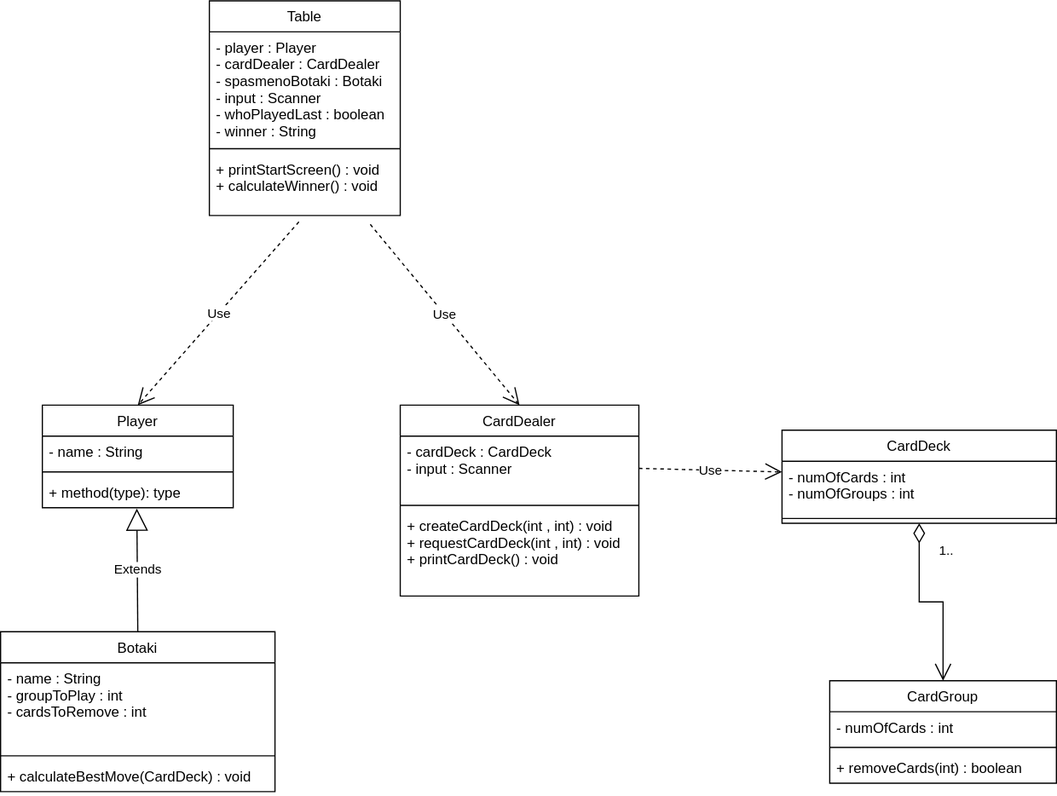
Above: ask2/ask2.drawio.svg in philipAthanasopoulos/Card-io (draw.io), before the change. Source tidied: cells renumbered, new cells last; positions are measured from the earlier drawing's top-left corner, leaving out a move shared by most shapes.
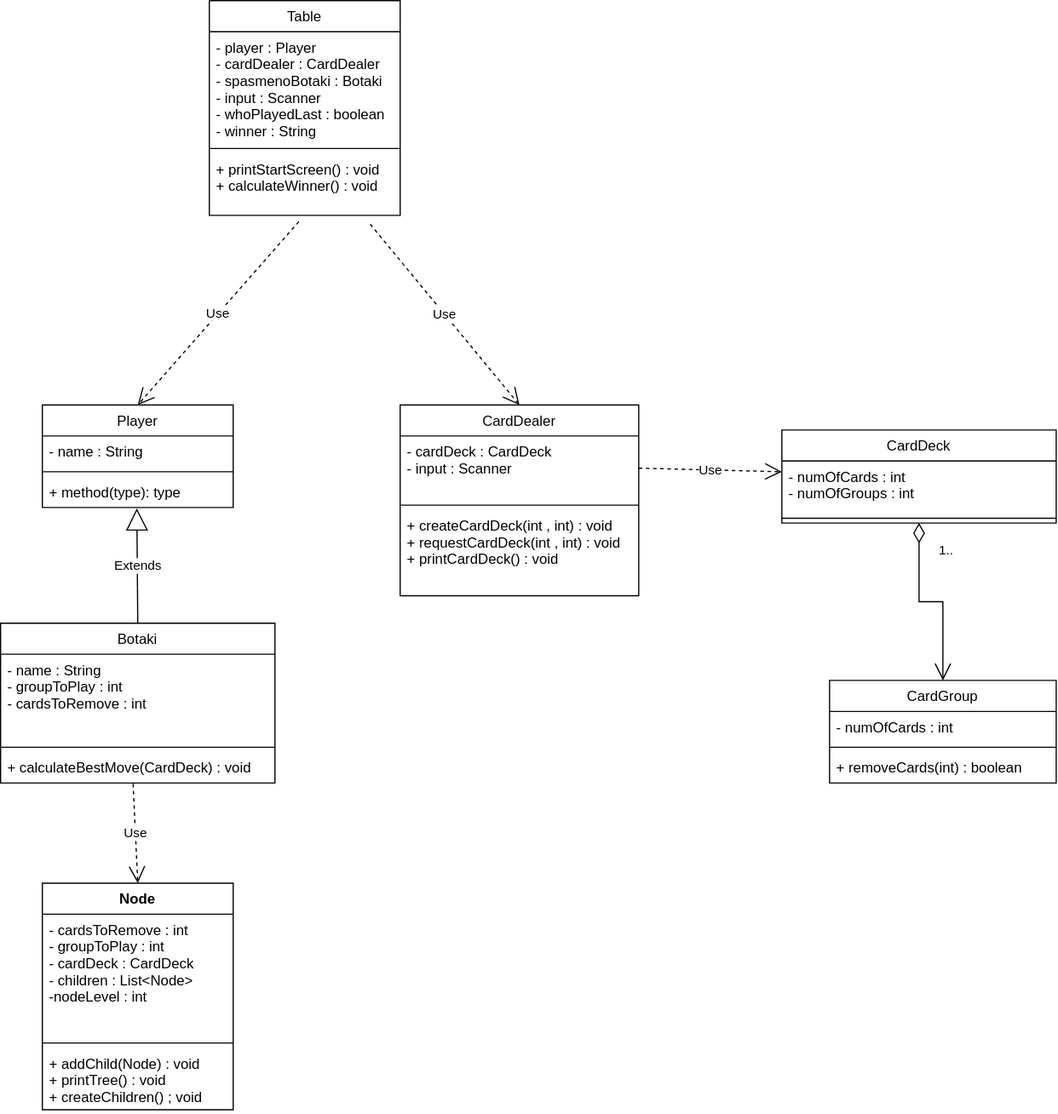
The same file after the commit.

Change to the diagram source:
```diff
@@ -15,7 +15,7 @@
       <mxGeometry y="60" width="160" height="26" as="geometry" />
     </mxCell>
     <mxCell id="6" value="Botaki" style="swimlane;fontStyle=0;align=center;verticalAlign=top;horizontal=1;startSize=26;rounded=0;" parent="1" vertex="1">
-      <mxGeometry y="529" width="230" height="134" as="geometry" />
+      <mxGeometry y="522" width="230" height="134" as="geometry" />
     </mxCell>
     <mxCell id="7" value="- name : String&#10;- groupToPlay : int&#10;- cardsToRemove : int" style="text;align=left;verticalAlign=top;spacingLeft=4;spacingRight=4;overflow=hidden;rounded=0;fontStyle=0;" parent="6" vertex="1">
       <mxGeometry y="26" width="230" height="74" as="geometry" />
@@ -86,5 +86,20 @@
     <mxCell id="29" value="Use" style="endArrow=open;endSize=12;dashed=1;html=1;exitX=0.843;exitY=1.143;exitDx=0;exitDy=0;exitPerimeter=0;entryX=0.5;entryY=0;entryDx=0;entryDy=0;rounded=0;fontStyle=0;" parent="1" edge="1" source="27" target="11">
       <mxGeometry relative="1" as="geometry" />
     </mxCell>
+    <mxCell id="30" value="Node" style="swimlane;fontStyle=1;align=center;verticalAlign=top;horizontal=1;startSize=26;" parent="1" vertex="1">
+      <mxGeometry x="35" y="740" width="160" height="190" as="geometry" />
+    </mxCell>
+    <mxCell id="31" value="- cardsToRemove : int&#10;- groupToPlay : int&#10;- cardDeck : CardDeck&#10;- children : List&lt;Node&gt;&#10;-nodeLevel : int&#10;" style="text;strokeColor=none;fillColor=none;align=left;verticalAlign=top;spacingLeft=4;spacingRight=4;overflow=hidden;" parent="30" vertex="1">
+      <mxGeometry y="26" width="160" height="104" as="geometry" />
+    </mxCell>
+    <mxCell id="32" style="line;strokeWidth=1;fillColor=none;align=left;verticalAlign=middle;spacingTop=-1;spacingLeft=3;spacingRight=3;labelPosition=right;strokeColor=inherit;" parent="30" vertex="1">
+      <mxGeometry y="130" width="160" height="8" as="geometry" />
+    </mxCell>
+    <mxCell id="33" value="+ addChild(Node) : void&#10;+ printTree() : void&#10;+ createChildren() ; void&#10;&#10;" style="text;strokeColor=none;fillColor=none;align=left;verticalAlign=top;spacingLeft=4;spacingRight=4;overflow=hidden;" parent="30" vertex="1">
+      <mxGeometry y="138" width="160" height="52" as="geometry" />
+    </mxCell>
+    <mxCell id="34" value="Use" style="endArrow=open;endSize=12;dashed=1;html=1;exitX=0.483;exitY=1.025;exitDx=0;exitDy=0;exitPerimeter=0;entryX=0.5;entryY=0;entryDx=0;entryDy=0;" parent="1" edge="1" source="9" target="30">
+      <mxGeometry relative="1" as="geometry" />
+    </mxCell>
   </root>
 </mxGraphModel>
```
